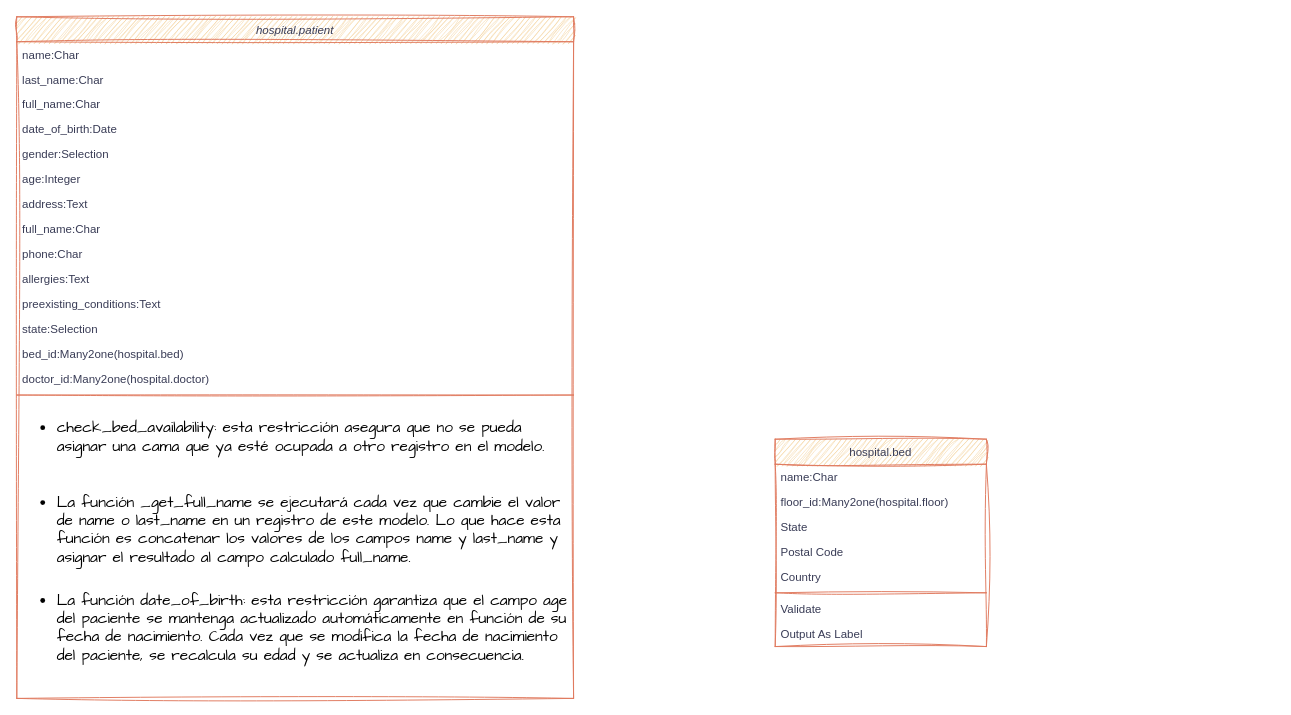
This is UML_Hospital.drawio from Rxxbertx/2DAM_GESTION_EMPRESARIAL_ODOO_addons, a draw.io file, before an edit. Source tidied: cells renumbered, new cells numbered last; positions are measured from the earlier drawing's top-left corner, leaving out a move shared by most shapes. Both pictures are drawn from the tidied source at 96%, with x=0, y=0 at pixel (16, 16).
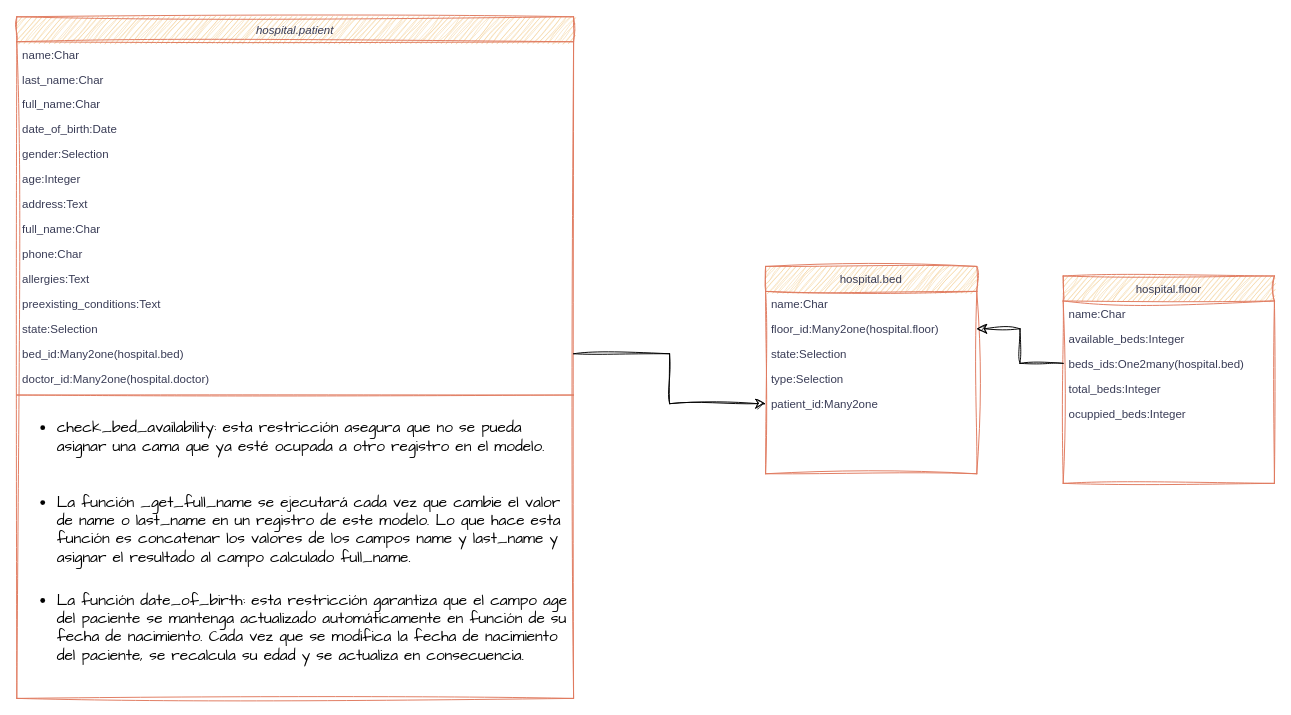
The same page after the edit.

Commit message:
UML bed y floor realizado

The change refers to these unchanged cells:
```xml
<mxCell id="15" value="bed_id:Many2one(hospital.bed)" style="text;align=left;verticalAlign=top;spacingLeft=4;spacingRight=4;overflow=hidden;points=[[0,0.5],[1,0.5]];portConstraint=eastwest;rounded=0;shadow=0;html=0;labelBackgroundColor=none;fontColor=#393C56;sketch=1;curveFitting=1;jiggle=2;" parent="2" vertex="1">
  <mxGeometry y="338" width="580" height="26" as="geometry" />
</mxCell>
<mxCell id="23" value="floor_id:Many2one(hospital.floor)" style="text;align=left;verticalAlign=top;spacingLeft=4;spacingRight=4;overflow=hidden;points=[[0,0.5],[1,0.5]];portConstraint=eastwest;rounded=0;shadow=0;html=0;labelBackgroundColor=none;fontColor=#393C56;sketch=1;curveFitting=1;jiggle=2;" parent="21" vertex="1">
  <mxGeometry y="52" width="220" height="26" as="geometry" />
</mxCell>
```

The edit, as a diff of the source:
```diff
@@
     <mxCell id="21" value="hospital.bed" style="swimlane;fontStyle=0;align=center;verticalAlign=top;horizontal=1;startSize=26;rounded=0;shadow=0;strokeWidth=1;labelBackgroundColor=none;fillColor=#F2CC8F;strokeColor=#E07A5F;fontColor=#393C56;sketch=1;curveFitting=1;jiggle=2;" parent="1" vertex="1">
-      <mxGeometry x="790" y="440" width="220" height="216" as="geometry" />
+      <mxGeometry x="780" y="260" width="220" height="216" as="geometry" />
     </mxCell>
@@
-    <mxCell id="24" value="State" style="text;align=left;verticalAlign=top;spacingLeft=4;spacingRight=4;overflow=hidden;rounded=0;shadow=0;html=0;labelBackgroundColor=none;fontColor=#393C56;sketch=1;curveFitting=1;jiggle=2;" parent="21" vertex="1">
+    <mxCell id="24" value="state:Selection" style="text;align=left;verticalAlign=top;spacingLeft=4;spacingRight=4;overflow=hidden;rounded=0;shadow=0;html=0;labelBackgroundColor=none;fontColor=#393C56;sketch=1;curveFitting=1;jiggle=2;" parent="21" vertex="1">
       <mxGeometry y="78" width="220" height="26" as="geometry" />
     </mxCell>
-    <mxCell id="25" value="Postal Code" style="text;align=left;verticalAlign=top;spacingLeft=4;spacingRight=4;overflow=hidden;rounded=0;shadow=0;html=0;labelBackgroundColor=none;fontColor=#393C56;sketch=1;curveFitting=1;jiggle=2;" parent="21" vertex="1">
+    <mxCell id="25" value="type:Selection" style="text;align=left;verticalAlign=top;spacingLeft=4;spacingRight=4;overflow=hidden;rounded=0;shadow=0;html=0;labelBackgroundColor=none;fontColor=#393C56;sketch=1;curveFitting=1;jiggle=2;" parent="21" vertex="1">
       <mxGeometry y="104" width="220" height="26" as="geometry" />
     </mxCell>
-    <mxCell id="26" value="Country" style="text;align=left;verticalAlign=top;spacingLeft=4;spacingRight=4;overflow=hidden;points=[[0,0.5],[1,0.5]];portConstraint=eastwest;rounded=0;shadow=0;html=0;labelBackgroundColor=none;fontColor=#393C56;sketch=1;curveFitting=1;jiggle=2;" parent="21" vertex="1">
+    <mxCell id="26" value="patient_id:Many2one" style="text;align=left;verticalAlign=top;spacingLeft=4;spacingRight=4;overflow=hidden;points=[[0,0.5],[1,0.5]];portConstraint=eastwest;rounded=0;shadow=0;html=0;labelBackgroundColor=none;fontColor=#393C56;sketch=1;curveFitting=1;jiggle=2;" parent="21" vertex="1">
       <mxGeometry y="130" width="220" height="26" as="geometry" />
     </mxCell>
-    <mxCell id="27" style="line;html=1;strokeWidth=1;align=left;verticalAlign=middle;spacingTop=-1;spacingLeft=3;spacingRight=3;labelPosition=right;labelBackgroundColor=none;fillColor=#F2CC8F;strokeColor=#E07A5F;fontColor=#393C56;sketch=1;curveFitting=1;jiggle=2;" parent="21" vertex="1">
-      <mxGeometry y="156" width="220" height="8" as="geometry" />
-    </mxCell>
-    <mxCell id="28" value="Validate" style="text;align=left;verticalAlign=top;spacingLeft=4;spacingRight=4;overflow=hidden;labelBackgroundColor=none;fontColor=#393C56;sketch=1;curveFitting=1;jiggle=2;" parent="21" vertex="1">
-      <mxGeometry y="164" width="220" height="26" as="geometry" />
-    </mxCell>
-    <mxCell id="29" value="Output As Label" style="text;align=left;verticalAlign=top;spacingLeft=4;spacingRight=4;overflow=hidden;labelBackgroundColor=none;fontColor=#393C56;sketch=1;curveFitting=1;jiggle=2;" parent="21" vertex="1">
-      <mxGeometry y="190" width="220" height="26" as="geometry" />
-    </mxCell>
+    <mxCell id="30" style="edgeStyle=elbowEdgeStyle;elbow=horizontal;endArrow=classic;html=1;curved=0;rounded=0;endSize=8;startSize=8;sketch=1;hachureGap=4;jiggle=2;curveFitting=1;fontFamily=Architects Daughter;fontSize=16;" parent="1" edge="1" source="15" target="26">
+      <mxGeometry relative="1" as="geometry" />
+    </mxCell>
+    <mxCell id="31" value="hospital.floor" style="swimlane;fontStyle=0;align=center;verticalAlign=top;horizontal=1;startSize=26;rounded=0;shadow=0;strokeWidth=1;labelBackgroundColor=none;fillColor=#F2CC8F;strokeColor=#E07A5F;fontColor=#393C56;sketch=1;curveFitting=1;jiggle=2;" parent="1" vertex="1">
+      <mxGeometry x="1090" y="270" width="220" height="216" as="geometry" />
+    </mxCell>
+    <mxCell id="32" value="name:Char" style="text;align=left;verticalAlign=top;spacingLeft=4;spacingRight=4;overflow=hidden;labelBackgroundColor=none;fontColor=#393C56;sketch=1;curveFitting=1;jiggle=2;" parent="31" vertex="1">
+      <mxGeometry y="26" width="220" height="26" as="geometry" />
+    </mxCell>
+    <mxCell id="33" value="available_beds:Integer" style="text;align=left;verticalAlign=top;spacingLeft=4;spacingRight=4;overflow=hidden;rounded=0;shadow=0;html=0;labelBackgroundColor=none;fontColor=#393C56;sketch=1;curveFitting=1;jiggle=2;" parent="31" vertex="1">
+      <mxGeometry y="52" width="220" height="26" as="geometry" />
+    </mxCell>
+    <mxCell id="34" value="beds_ids:One2many(hospital.bed)" style="text;align=left;verticalAlign=top;spacingLeft=4;spacingRight=4;overflow=hidden;points=[[0,0.5],[1,0.5]];portConstraint=eastwest;rounded=0;shadow=0;html=0;labelBackgroundColor=none;fontColor=#393C56;sketch=1;curveFitting=1;jiggle=2;" parent="31" vertex="1">
+      <mxGeometry y="78" width="220" height="26" as="geometry" />
+    </mxCell>
+    <mxCell id="35" value="total_beds:Integer" style="text;align=left;verticalAlign=top;spacingLeft=4;spacingRight=4;overflow=hidden;rounded=0;shadow=0;html=0;labelBackgroundColor=none;fontColor=#393C56;sketch=1;curveFitting=1;jiggle=2;" parent="31" vertex="1">
+      <mxGeometry y="104" width="220" height="26" as="geometry" />
+    </mxCell>
+    <mxCell id="36" value="ocuppied_beds:Integer" style="text;align=left;verticalAlign=top;spacingLeft=4;spacingRight=4;overflow=hidden;rounded=0;shadow=0;html=0;labelBackgroundColor=none;fontColor=#393C56;sketch=1;curveFitting=1;jiggle=2;" parent="31" vertex="1">
+      <mxGeometry y="130" width="220" height="26" as="geometry" />
+    </mxCell>
+    <mxCell id="37" style="edgeStyle=elbowEdgeStyle;elbow=horizontal;endArrow=classic;html=1;curved=0;rounded=0;endSize=8;startSize=8;sketch=1;hachureGap=4;jiggle=2;curveFitting=1;fontFamily=Architects Daughter;fontSize=16;entryX=1;entryY=0.5;entryDx=0;entryDy=0;" parent="1" edge="1" source="34" target="23">
+      <mxGeometry relative="1" as="geometry" />
+    </mxCell>
```
